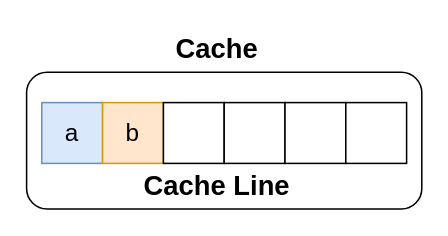
The draw.io diagram 操作系统/CPU伪共享/struct_ab.drawio in xiaolincoder/ImageHost3, before the edit. Source tidied: cells renumbered, new cells numbered last; positions are measured from the earlier drawing's top-left corner, leaving out a move shared by most shapes. Both pictures are drawn from the tidied source at 152%, with x=0, y=0 at pixel (26, 26).
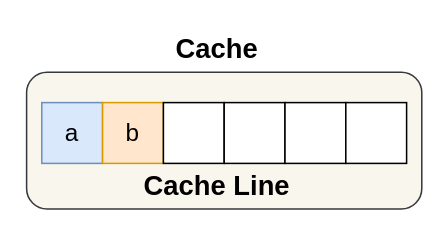
After the change.

Change to the diagram source:
```diff
@@
 <mxGraphModel>
   <root>
     <mxCell id="0" />
     <mxCell id="1" parent="0" />
-    <mxCell id="2" style="rounded=1;whiteSpace=wrap;html=1;fontSize=18;" parent="1" vertex="1">
+    <mxCell id="2" style="rounded=1;whiteSpace=wrap;html=1;fontSize=18;fillColor=#f9f7ed;strokeColor=#36393d;" parent="1" vertex="1">
       <mxGeometry y="30" width="260" height="90" as="geometry" />
     </mxCell>
     <mxCell id="3" value="a" style="rounded=0;whiteSpace=wrap;html=1;fillColor=#dae8fc;strokeColor=#6c8ebf;fontSize=16;" parent="1" vertex="1">
       <mxGeometry x="10" y="50" width="40" height="40" as="geometry" />
     </mxCell>
     <mxCell id="4" value="b" style="rounded=0;whiteSpace=wrap;html=1;fillColor=#ffe6cc;strokeColor=#d79b00;fontSize=16;" parent="1" vertex="1">
       <mxGeometry x="50" y="50" width="40" height="40" as="geometry" />
     </mxCell>
     <mxCell id="5" style="rounded=0;whiteSpace=wrap;html=1;" parent="1" vertex="1">
       <mxGeometry x="90" y="50" width="40" height="40" as="geometry" />
     </mxCell>
     <mxCell id="6" style="rounded=0;whiteSpace=wrap;html=1;" parent="1" vertex="1">
       <mxGeometry x="130" y="50" width="40" height="40" as="geometry" />
     </mxCell>
     <mxCell id="7" style="rounded=0;whiteSpace=wrap;html=1;" parent="1" vertex="1">
       <mxGeometry x="170" y="50" width="40" height="40" as="geometry" />
     </mxCell>
     <mxCell id="8" style="rounded=0;whiteSpace=wrap;html=1;" parent="1" vertex="1">
       <mxGeometry x="210" y="50" width="40" height="40" as="geometry" />
     </mxCell>
     <mxCell id="9" value="Cache Line" style="text;html=1;align=center;verticalAlign=middle;fontSize=18;fontStyle=1;" parent="1" vertex="1">
       <mxGeometry x="70" y="90" width="110" height="30" as="geometry" />
     </mxCell>
     <mxCell id="10" value="Cache" style="text;html=1;align=center;verticalAlign=middle;fontSize=18;fontStyle=1;" parent="1" vertex="1">
       <mxGeometry x="90" width="70" height="30" as="geometry" />
     </mxCell>
   </root>
 </mxGraphModel>
```
